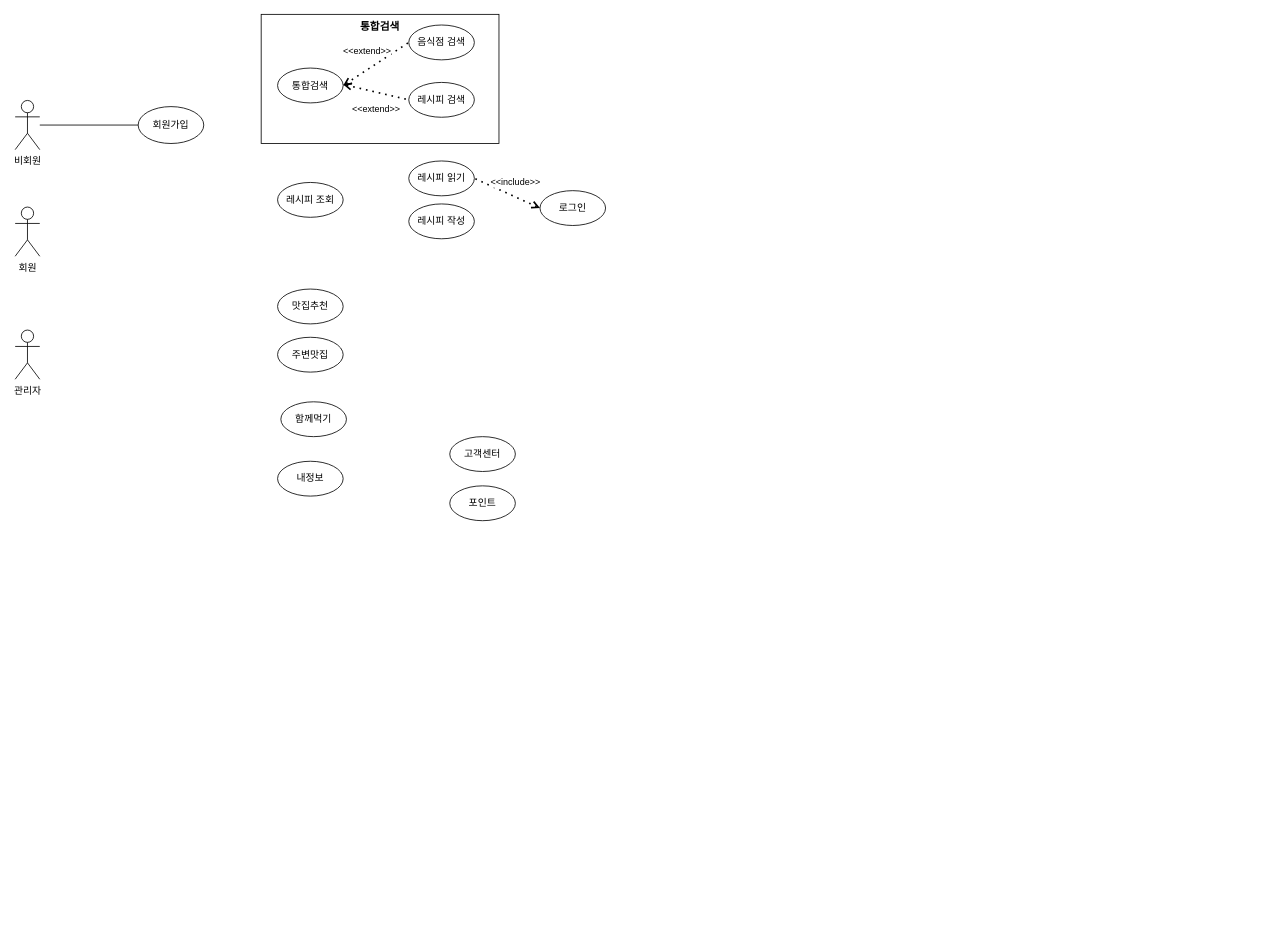
The draw.io diagram 01. 개인활동/usecase.drawio in Jihyeon818/DevOps_StudyNote, before the edit. Source tidied: cells renumbered, new cells numbered last; positions are measured from the earlier drawing's top-left corner, leaving out a move shared by most shapes. Both pictures are drawn from the tidied source at 82%, with x=0, y=0 at pixel (15, 14).
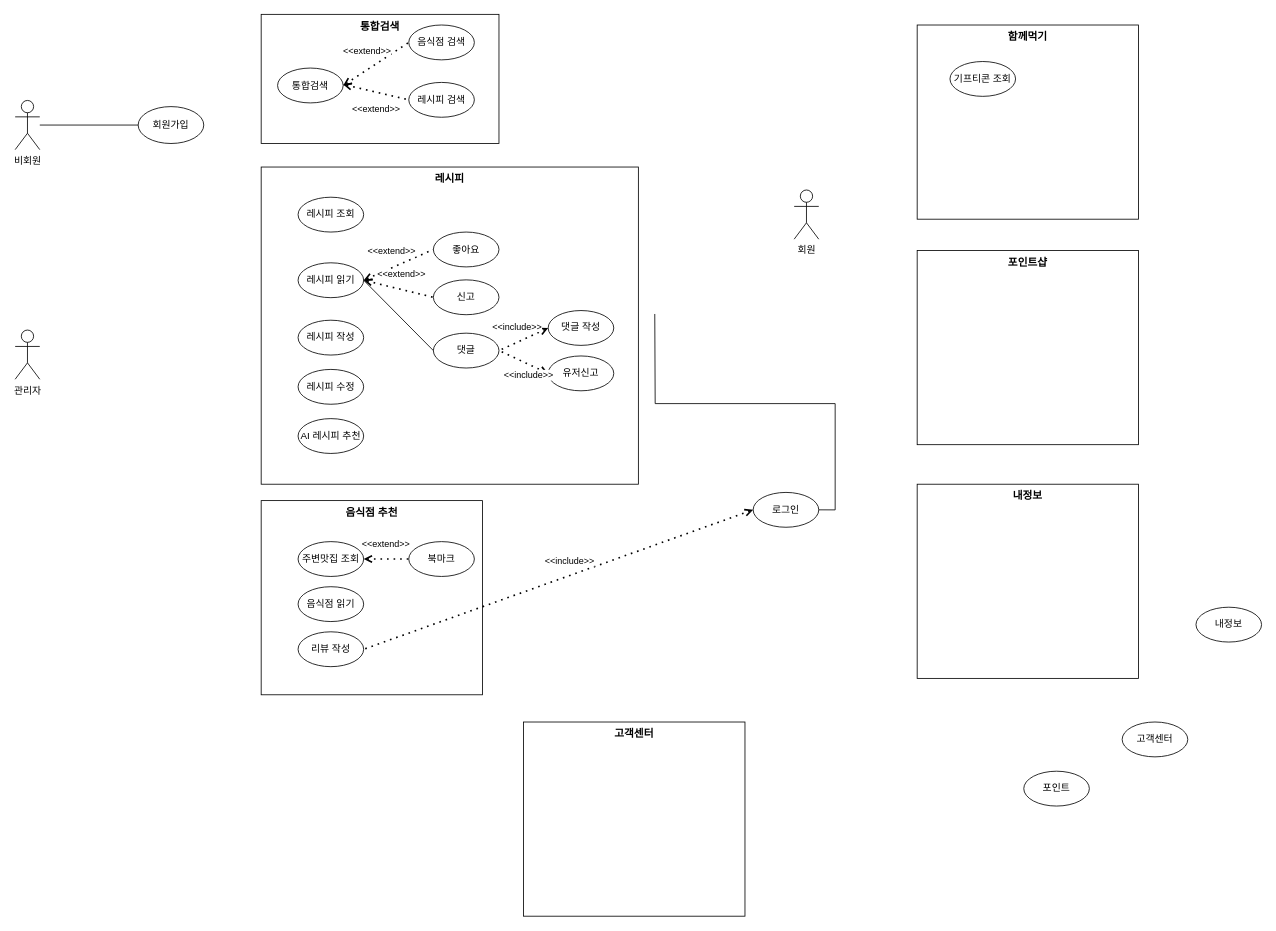
Above is the later version.

Change to the diagram source:
```diff
@@
+    <mxCell id="24" value="함께먹기" style="rounded=0;whiteSpace=wrap;html=1;fontSize=13;verticalAlign=top;fontStyle=1;" parent="1" vertex="1">
+      <mxGeometry x="1100" y="13" width="270" height="236.8" as="geometry" />
+    </mxCell>
+    <mxCell id="25" value="음식점 추천" style="rounded=0;whiteSpace=wrap;html=1;fontSize=13;verticalAlign=top;fontStyle=1;" parent="1" vertex="1">
+      <mxGeometry x="300" y="593" width="270" height="236.8" as="geometry" />
+    </mxCell>
+    <mxCell id="26" value="레시피" style="rounded=0;whiteSpace=wrap;html=1;fontSize=13;verticalAlign=top;fontStyle=1;" parent="1" vertex="1">
+      <mxGeometry x="300" y="186.2" width="460" height="386.8" as="geometry" />
+    </mxCell>
@@
     <mxCell id="5" value="회원" style="shape=umlActor;verticalLabelPosition=bottom;verticalAlign=top;html=1;" parent="1" vertex="1">
-      <mxGeometry y="235" width="30" height="60" as="geometry" />
+      <mxGeometry x="950" y="214.2" width="30" height="60" as="geometry" />
     </mxCell>
@@
+    <mxCell id="27" style="edgeStyle=orthogonalEdgeStyle;rounded=0;jettySize=auto;html=1;exitX=1;exitY=0.5;exitDx=0;exitDy=0;endArrow=none;endFill=0;" parent="1" edge="1" source="8">
+      <mxGeometry relative="1" as="geometry">
+        <mxPoint x="780" y="365.4" as="targetPoint" />
+      </mxGeometry>
+    </mxCell>
     <mxCell id="8" value="로그인" style="ellipse;whiteSpace=wrap;html=1;" parent="1" vertex="1">
-      <mxGeometry x="640" y="215" width="80" height="42.5" as="geometry" />
+      <mxGeometry x="900" y="583" width="80" height="42.5" as="geometry" />
     </mxCell>
     <mxCell id="9" value="고객센터" style="ellipse;whiteSpace=wrap;html=1;" parent="1" vertex="1">
-      <mxGeometry x="530" y="515" width="80" height="42.5" as="geometry" />
+      <mxGeometry x="1350" y="863" width="80" height="42.5" as="geometry" />
     </mxCell>
@@
     <mxCell id="11" value="레시피 조회" style="ellipse;whiteSpace=wrap;html=1;" parent="1" vertex="1">
-      <mxGeometry x="320" y="205" width="80" height="42.5" as="geometry" />
+      <mxGeometry x="345" y="223" width="80" height="42.5" as="geometry" />
     </mxCell>
-    <mxCell id="12" value="맛집추천" style="ellipse;whiteSpace=wrap;html=1;" parent="1" vertex="1">
-      <mxGeometry x="320" y="335" width="80" height="42.5" as="geometry" />
+    <mxCell id="12" value="주변맛집 조회" style="ellipse;whiteSpace=wrap;html=1;" parent="1" vertex="1">
+      <mxGeometry x="345" y="643" width="80" height="42.5" as="geometry" />
     </mxCell>
-    <mxCell id="13" value="주변맛집" style="ellipse;whiteSpace=wrap;html=1;" parent="1" vertex="1">
-      <mxGeometry x="320" y="393.8" width="80" height="42.5" as="geometry" />
+    <mxCell id="13" value="음식점 읽기" style="ellipse;whiteSpace=wrap;html=1;" parent="1" vertex="1">
+      <mxGeometry x="345" y="698" width="80" height="42.5" as="geometry" />
     </mxCell>
-    <mxCell id="14" value="함께먹기" style="ellipse;whiteSpace=wrap;html=1;" parent="1" vertex="1">
-      <mxGeometry x="324" y="472.5" width="80" height="42.5" as="geometry" />
+    <mxCell id="14" value="리뷰 작성" style="ellipse;whiteSpace=wrap;html=1;" parent="1" vertex="1">
+      <mxGeometry x="345" y="753" width="80" height="42.5" as="geometry" />
     </mxCell>
     <mxCell id="15" value="내정보" style="ellipse;whiteSpace=wrap;html=1;" parent="1" vertex="1">
-      <mxGeometry x="320" y="545" width="80" height="42.5" as="geometry" />
+      <mxGeometry x="1440" y="723" width="80" height="42.5" as="geometry" />
     </mxCell>
     <mxCell id="16" value="포인트" style="ellipse;whiteSpace=wrap;html=1;" parent="1" vertex="1">
-      <mxGeometry x="530" y="575" width="80" height="42.5" as="geometry" />
+      <mxGeometry x="1230" y="923" width="80" height="42.5" as="geometry" />
     </mxCell>
@@
     <mxCell id="21" value="레시피 읽기" style="ellipse;whiteSpace=wrap;html=1;" parent="1" vertex="1">
-      <mxGeometry x="480" y="178.8" width="80" height="42.5" as="geometry" />
+      <mxGeometry x="345" y="303" width="80" height="42.5" as="geometry" />
     </mxCell>
     <mxCell id="22" value="레시피 작성" style="ellipse;whiteSpace=wrap;html=1;" parent="1" vertex="1">
-      <mxGeometry x="480" y="231.2" width="80" height="42.5" as="geometry" />
+      <mxGeometry x="345" y="373" width="80" height="42.5" as="geometry" />
     </mxCell>
-    <mxCell id="23" value="&amp;lt;&amp;lt;include&amp;gt;&amp;gt;" style="endArrow=none;dashed=1;html=1;dashPattern=1 3;strokeWidth=2;rounded=0;entryX=1;entryY=0.5;entryDx=0;entryDy=0;startArrow=open;startFill=0;verticalAlign=middle;exitX=0;exitY=0.5;exitDx=0;exitDy=0;" parent="1" edge="1" source="8" target="21">
-      <mxGeometry x="-0.08" y="-16" relative="1" as="geometry" />
-    </mxCell>
+    <mxCell id="28" value="좋아요" style="ellipse;whiteSpace=wrap;html=1;" parent="1" vertex="1">
+      <mxGeometry x="510" y="265.5" width="80" height="42.5" as="geometry" />
+    </mxCell>
+    <mxCell id="29" value="&amp;lt;&amp;lt;extend&amp;gt;&amp;gt;" style="endArrow=none;dashed=1;html=1;dashPattern=1 3;strokeWidth=2;rounded=0;exitX=1;exitY=0.5;exitDx=0;exitDy=0;startArrow=open;startFill=0;verticalAlign=middle;entryX=0;entryY=0.5;entryDx=0;entryDy=0;" parent="1" edge="1" source="21" target="28">
+      <mxGeometry y="18" relative="1" as="geometry">
+        <mxPoint x="-1" as="offset" />
+      </mxGeometry>
+    </mxCell>
+    <mxCell id="30" value="북마크" style="ellipse;whiteSpace=wrap;html=1;" parent="1" vertex="1">
+      <mxGeometry x="480" y="643" width="80" height="42.5" as="geometry" />
+    </mxCell>
+    <mxCell id="31" value="&amp;lt;&amp;lt;extend&amp;gt;&amp;gt;" style="endArrow=none;dashed=1;html=1;dashPattern=1 3;strokeWidth=2;rounded=0;exitX=1;exitY=0.5;exitDx=0;exitDy=0;startArrow=open;startFill=0;verticalAlign=middle;entryX=0;entryY=0.5;entryDx=0;entryDy=0;" parent="1" edge="1" source="12" target="30">
+      <mxGeometry y="18" relative="1" as="geometry">
+        <mxPoint x="-1" as="offset" />
+      </mxGeometry>
+    </mxCell>
+    <mxCell id="32" value="&amp;lt;&amp;lt;include&amp;gt;&amp;gt;" style="endArrow=none;dashed=1;html=1;dashPattern=1 3;strokeWidth=2;rounded=0;entryX=1;entryY=0.5;entryDx=0;entryDy=0;startArrow=open;startFill=0;verticalAlign=middle;exitX=0;exitY=0.5;exitDx=0;exitDy=0;" parent="1" edge="1" source="8" target="14">
+      <mxGeometry x="-0.08" y="-16" relative="1" as="geometry" />
+    </mxCell>
+    <mxCell id="33" value="기프티콘 조회" style="ellipse;whiteSpace=wrap;html=1;" parent="1" vertex="1">
+      <mxGeometry x="1140" y="57.5" width="80" height="42.5" as="geometry" />
+    </mxCell>
+    <mxCell id="34" value="AI 레시피 추천" style="ellipse;whiteSpace=wrap;html=1;" parent="1" vertex="1">
+      <mxGeometry x="345" y="493" width="80" height="42.5" as="geometry" />
+    </mxCell>
+    <mxCell id="35" value="포인트샵" style="rounded=0;whiteSpace=wrap;html=1;fontSize=13;verticalAlign=top;fontStyle=1;" parent="1" vertex="1">
+      <mxGeometry x="1100" y="288" width="270" height="236.8" as="geometry" />
+    </mxCell>
+    <mxCell id="36" value="내정보" style="rounded=0;whiteSpace=wrap;html=1;fontSize=13;verticalAlign=top;fontStyle=1;" parent="1" vertex="1">
+      <mxGeometry x="1100" y="573" width="270" height="236.8" as="geometry" />
+    </mxCell>
+    <mxCell id="37" value="고객센터" style="rounded=0;whiteSpace=wrap;html=1;fontSize=13;verticalAlign=top;fontStyle=1;" parent="1" vertex="1">
+      <mxGeometry x="620" y="863" width="270" height="236.8" as="geometry" />
+    </mxCell>
+    <mxCell id="38" value="신고" style="ellipse;whiteSpace=wrap;html=1;" parent="1" vertex="1">
+      <mxGeometry x="510" y="323.8" width="80" height="42.5" as="geometry" />
+    </mxCell>
+    <mxCell id="39" value="&amp;lt;&amp;lt;extend&amp;gt;&amp;gt;" style="endArrow=none;dashed=1;html=1;dashPattern=1 3;strokeWidth=2;rounded=0;startArrow=open;startFill=0;verticalAlign=middle;entryX=0;entryY=0.5;entryDx=0;entryDy=0;exitX=1;exitY=0.5;exitDx=0;exitDy=0;" parent="1" edge="1" source="21" target="38">
+      <mxGeometry y="18" relative="1" as="geometry">
+        <mxPoint x="-1" as="offset" />
+      </mxGeometry>
+    </mxCell>
+    <mxCell id="40" value="레시피 수정" style="ellipse;whiteSpace=wrap;html=1;" parent="1" vertex="1">
+      <mxGeometry x="345" y="433" width="80" height="42.5" as="geometry" />
+    </mxCell>
+    <mxCell id="41" value="댓글" style="ellipse;whiteSpace=wrap;html=1;" parent="1" vertex="1">
+      <mxGeometry x="510" y="388.8" width="80" height="42.5" as="geometry" />
+    </mxCell>
+    <mxCell id="42" value="&amp;lt;&amp;lt;include&amp;gt;&amp;gt;" style="endArrow=none;dashed=1;html=1;dashPattern=1 3;strokeWidth=2;rounded=0;entryX=1;entryY=0.5;entryDx=0;entryDy=0;startArrow=open;startFill=0;verticalAlign=middle;exitX=0;exitY=0.5;exitDx=0;exitDy=0;" parent="1" edge="1" source="45" target="41">
+      <mxGeometry x="0.02" y="-17" relative="1" as="geometry" />
+    </mxCell>
+    <mxCell id="43" value="유저신고" style="ellipse;whiteSpace=wrap;html=1;" parent="1" vertex="1">
+      <mxGeometry x="650" y="416.6" width="80" height="42.5" as="geometry" />
+    </mxCell>
+    <mxCell id="44" style="endArrow=none;html=1;rounded=0;entryX=1;entryY=0.5;entryDx=0;entryDy=0;exitX=0;exitY=0.5;exitDx=0;exitDy=0;" parent="1" edge="1" source="41" target="21">
+      <mxGeometry relative="1" as="geometry" />
+    </mxCell>
+    <mxCell id="45" value="댓글 작성" style="ellipse;whiteSpace=wrap;html=1;" parent="1" vertex="1">
+      <mxGeometry x="650" y="361.2" width="80" height="42.5" as="geometry" />
+    </mxCell>
+    <mxCell id="46" value="&amp;lt;&amp;lt;include&amp;gt;&amp;gt;" style="endArrow=none;dashed=1;html=1;dashPattern=1 3;strokeWidth=2;rounded=0;entryX=1;entryY=0.5;entryDx=0;entryDy=0;startArrow=open;startFill=0;verticalAlign=middle;exitX=0;exitY=0.5;exitDx=0;exitDy=0;" parent="1" edge="1" source="43" target="41">
+      <mxGeometry x="-0.36" y="12" relative="1" as="geometry" />
+    </mxCell>
```
